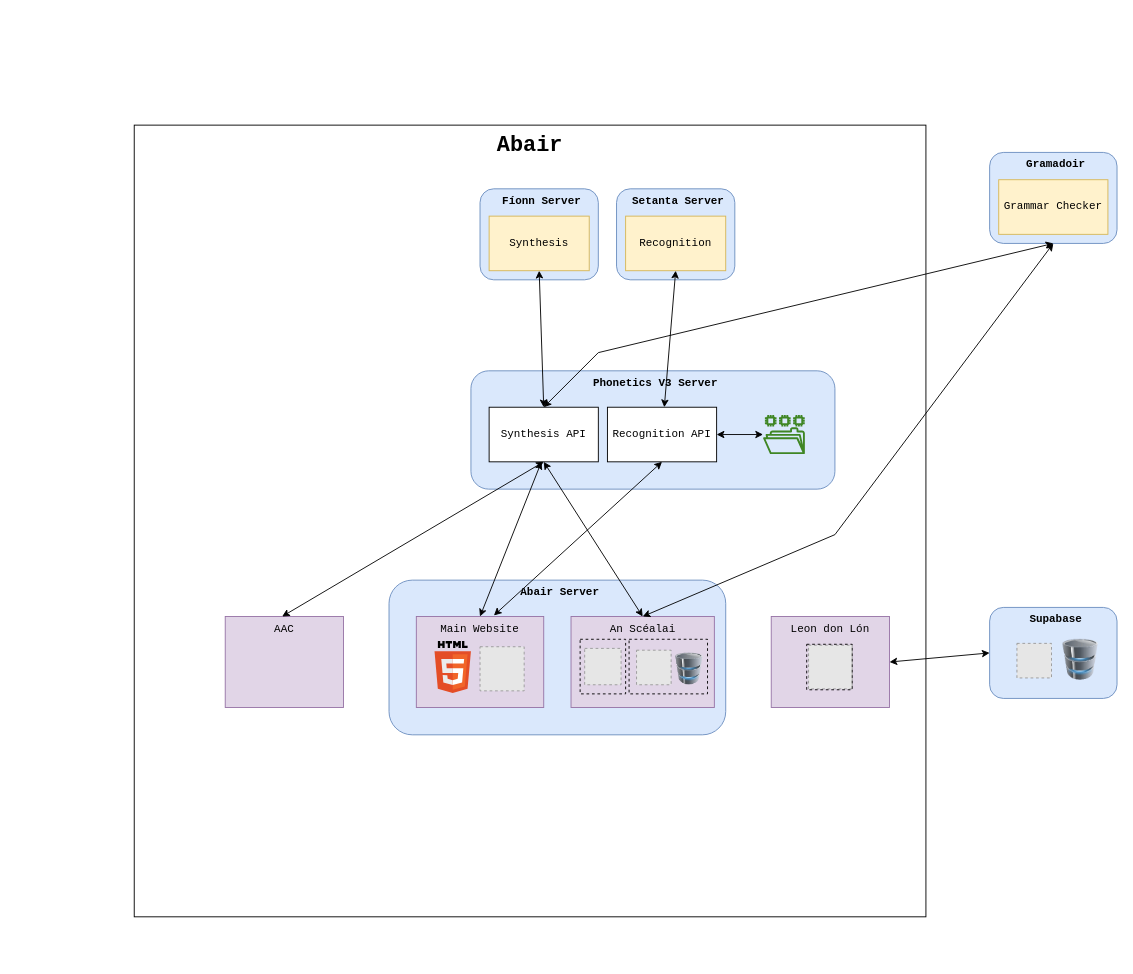
Earlier version of the draw.io diagram Untitled Diagram.drawio (JohnSloan8/abair-system-architecture-diagram). Source tidied: cells renumbered, new cells numbered last; positions are measured from the earlier drawing's top-left corner, leaving out a move shared by most shapes. Both pictures are drawn from the tidied source at 91%, with x=0, y=0 at pixel (134, 125). Pictures stored in the file or linked from it are replaced by grey dashed boxes.
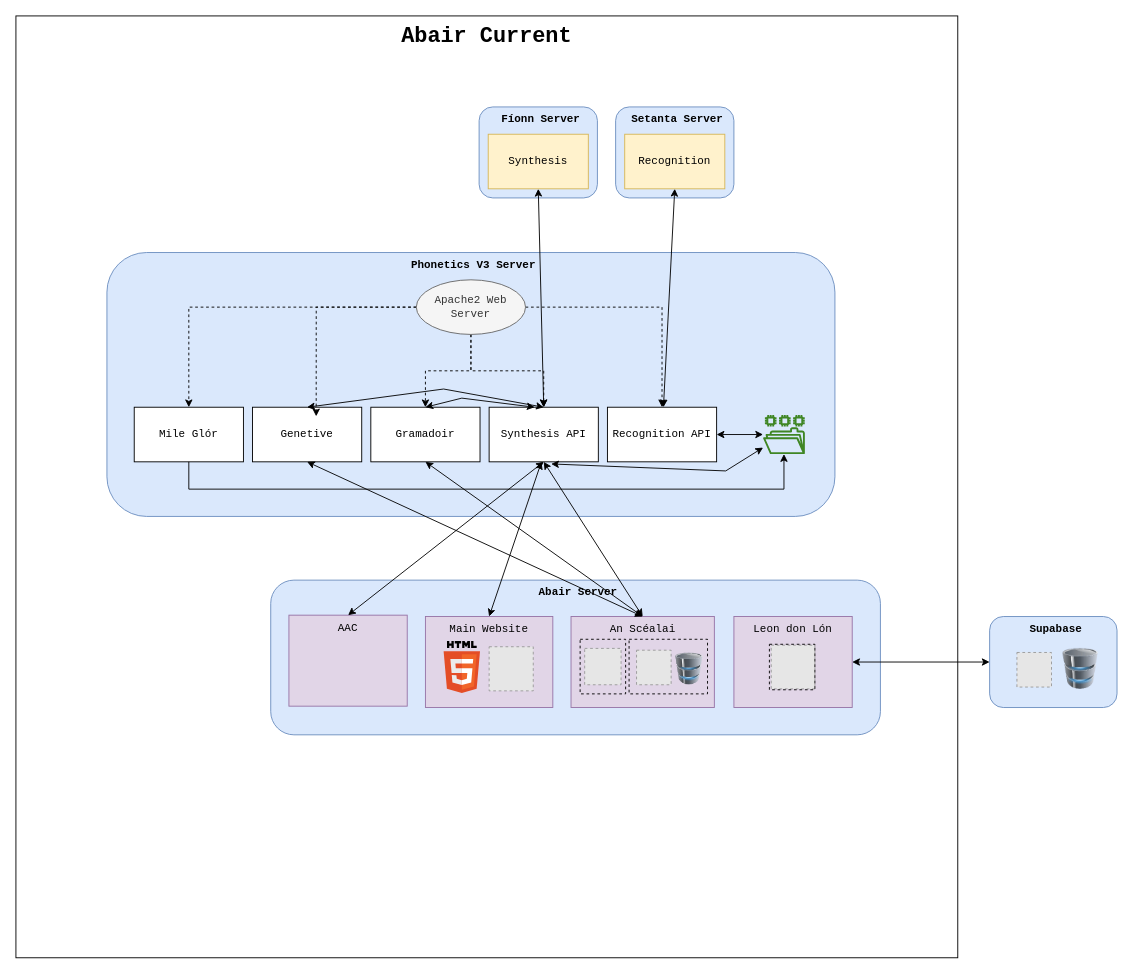
The same diagram, later.

The change refers to these unchanged cells:
```xml
<mxCell id="6" value="Synthesis API" style="rounded=0;whiteSpace=wrap;html=1;fontFamily=Courier New;" parent="1" vertex="1">
  <mxGeometry x="390" y="310" width="120" height="60" as="geometry" />
</mxCell>
<mxCell id="7" value="Recognition API" style="rounded=0;whiteSpace=wrap;html=1;fontFamily=Courier New;" parent="1" vertex="1">
  <mxGeometry x="520" y="310" width="120" height="60" as="geometry" />
</mxCell>
<mxCell id="16" value="An Scéalai" style="rounded=0;whiteSpace=wrap;html=1;fontFamily=Courier New;fillColor=#e1d5e7;strokeColor=#9673a6;verticalAlign=top;" parent="1" vertex="1">
  <mxGeometry x="480" y="540" width="157.5" height="100" as="geometry" />
</mxCell>
<mxCell id="35" style="sketch=0;outlineConnect=0;fontColor=#232F3E;gradientColor=none;fillColor=#3F8624;strokeColor=none;dashed=0;verticalLabelPosition=bottom;verticalAlign=top;align=center;html=1;fontSize=12;fontStyle=0;shape=mxgraph.aws4.file_system;rounded=0;fontFamily=Courier New;" parent="1" vertex="1">
  <mxGeometry x="691" y="318.5" width="46" height="43" as="geometry" />
</mxCell>
```

Diff of the diagram source:
```diff
@@
-    <mxCell id="2" value="&lt;font face=&quot;Courier New&quot;&gt;&lt;b&gt;Abair&lt;/b&gt;&lt;/font&gt;" style="whiteSpace=wrap;html=1;verticalAlign=top;fontSize=24;fontFamily=Verdana;" parent="1" vertex="1">
-      <mxGeometry width="870" height="870" as="geometry" />
+    <mxCell id="2" value="&lt;font face=&quot;Courier New&quot;&gt;&lt;b&gt;Abair Current&lt;/b&gt;&lt;/font&gt;" style="whiteSpace=wrap;html=1;verticalAlign=top;fontSize=24;fontFamily=Verdana;" parent="1" vertex="1">
+      <mxGeometry x="-130" y="-120" width="1035" height="1035" as="geometry" />
     </mxCell>
     <mxCell id="3" value="Fíonn Server" style="rounded=1;whiteSpace=wrap;html=1;verticalAlign=top;align=center;labelPosition=center;verticalLabelPosition=middle;fontStyle=1;spacingTop=0;spacingLeft=6;fillColor=#dae8fc;strokeColor=#6c8ebf;fontFamily=Courier New;" parent="1" vertex="1">
-      <mxGeometry x="380" y="70" width="130" height="100" as="geometry" />
+      <mxGeometry x="379" y="-20" width="130" height="100" as="geometry" />
     </mxCell>
     <mxCell id="4" value="Phonetics V3 Server" style="rounded=1;whiteSpace=wrap;html=1;verticalAlign=top;align=center;labelPosition=center;verticalLabelPosition=middle;fontStyle=1;spacingTop=0;spacingLeft=6;fillColor=#dae8fc;strokeColor=#6c8ebf;fontFamily=Courier New;" parent="1" vertex="1">
-      <mxGeometry x="370" y="270" width="400" height="130" as="geometry" />
+      <mxGeometry x="-30" y="140" width="800" height="290" as="geometry" />
     </mxCell>
@@
     <mxCell id="8" value="Synthesis" style="rounded=0;whiteSpace=wrap;html=1;fillColor=#fff2cc;strokeColor=#d6b656;fontFamily=Courier New;" parent="1" vertex="1">
-      <mxGeometry x="390" y="100" width="110" height="60" as="geometry" />
+      <mxGeometry x="389" y="10" width="110" height="60" as="geometry" />
     </mxCell>
     <mxCell id="9" value="Setanta Server" style="rounded=1;whiteSpace=wrap;html=1;verticalAlign=top;align=center;labelPosition=center;verticalLabelPosition=middle;fontStyle=1;spacingTop=0;spacingLeft=6;fillColor=#dae8fc;strokeColor=#6c8ebf;fontFamily=Courier New;" parent="1" vertex="1">
-      <mxGeometry x="530" y="70" width="130" height="100" as="geometry" />
+      <mxGeometry x="529" y="-20" width="130" height="100" as="geometry" />
     </mxCell>
     <mxCell id="10" value="Recognition" style="rounded=0;whiteSpace=wrap;html=1;fillColor=#fff2cc;strokeColor=#d6b656;fontFamily=Courier New;" parent="1" vertex="1">
-      <mxGeometry x="540" y="100" width="110" height="60" as="geometry" />
+      <mxGeometry x="539" y="10" width="110" height="60" as="geometry" />
     </mxCell>
     <mxCell id="11" value="Abair Server" style="rounded=1;whiteSpace=wrap;html=1;verticalAlign=top;align=center;labelPosition=center;verticalLabelPosition=middle;fontStyle=1;spacingTop=0;spacingLeft=6;fillColor=#dae8fc;strokeColor=#6c8ebf;fontFamily=Courier New;" parent="1" vertex="1">
-      <mxGeometry x="280" y="500" width="370" height="170" as="geometry" />
+      <mxGeometry x="150" y="500" width="670" height="170" as="geometry" />
     </mxCell>
@@
-    <mxCell id="13" value="Gramadoir" style="rounded=1;whiteSpace=wrap;html=1;verticalAlign=top;align=center;labelPosition=center;verticalLabelPosition=middle;fontStyle=1;spacingTop=0;spacingLeft=6;fillColor=#dae8fc;strokeColor=#6c8ebf;fontFamily=Courier New;" parent="1" vertex="1">
-      <mxGeometry x="940" y="30" width="140" height="100" as="geometry" />
-    </mxCell>
-    <mxCell id="14" value="Grammar Checker" style="rounded=0;whiteSpace=wrap;html=1;fillColor=#fff2cc;strokeColor=#d6b656;fontFamily=Courier New;" parent="1" vertex="1">
-      <mxGeometry x="950" y="60" width="120" height="60" as="geometry" />
-    </mxCell>
     <mxCell id="15" value="Main Website" style="rounded=0;whiteSpace=wrap;html=1;fontFamily=Courier New;fillColor=#e1d5e7;strokeColor=#9673a6;verticalAlign=top;" parent="1" vertex="1">
-      <mxGeometry x="310" y="540" width="140" height="100" as="geometry" />
+      <mxGeometry x="320" y="540" width="140" height="100" as="geometry" />
     </mxCell>
@@
-    <mxCell id="19" style="endArrow=classic;startArrow=classic;html=1;rounded=0;entryX=0.5;entryY=1;entryDx=0;entryDy=0;exitX=0.609;exitY=-0.012;exitDx=0;exitDy=0;exitPerimeter=0;" parent="1" edge="1" source="15" target="7">
-      <mxGeometry relative="1" as="geometry" />
-    </mxCell>
-    <mxCell id="20" style="endArrow=classic;startArrow=classic;html=1;rounded=0;entryX=0.5;entryY=1;entryDx=0;entryDy=0;exitX=0.5;exitY=0;exitDx=0;exitDy=0;" parent="1" edge="1" source="16" target="13">
-      <mxGeometry relative="1" as="geometry">
-        <Array as="points">
-          <mxPoint x="770" y="450" />
-        </Array>
-      </mxGeometry>
-    </mxCell>
     <mxCell id="21" value="Leon don Lón" style="rounded=0;whiteSpace=wrap;html=1;fontFamily=Courier New;fillColor=#e1d5e7;strokeColor=#9673a6;verticalAlign=top;" parent="1" vertex="1">
-      <mxGeometry x="700" y="540" width="130" height="100" as="geometry" />
+      <mxGeometry x="659" y="540" width="130" height="100" as="geometry" />
     </mxCell>
     <mxCell id="22" value="Supabase" style="rounded=1;whiteSpace=wrap;html=1;verticalAlign=top;align=center;labelPosition=center;verticalLabelPosition=middle;fontStyle=1;spacingTop=0;spacingLeft=6;fillColor=#dae8fc;strokeColor=#6c8ebf;fontFamily=Courier New;" parent="1" vertex="1">
-      <mxGeometry x="940" y="530" width="140" height="100" as="geometry" />
+      <mxGeometry x="940" y="540" width="140" height="100" as="geometry" />
     </mxCell>
     <mxCell id="23" style="image;html=1;image=img/lib/clip_art/computers/Database_128x128.png;rounded=0;fontFamily=Courier New;fontSize=24;" parent="1" vertex="1">
-      <mxGeometry x="1020" y="565" width="40" height="45" as="geometry" />
+      <mxGeometry x="1020" y="575" width="40" height="45" as="geometry" />
     </mxCell>
@@
     <mxCell id="27" style="fillColor=#E6E6E6;strokeColor=#999999;dashed=1;html=1;verticalAlign=top;verticalLabelPosition=bottom;labelBackgroundColor=#ffffff;fontFamily=Courier New;fontSize=24;" parent="1" vertex="1">
-      <mxGeometry x="741" y="571.5" width="48" height="48" as="geometry" />
+      <mxGeometry x="700" y="571.5" width="48" height="48" as="geometry" />
     </mxCell>
@@
     <mxCell id="31" style="rounded=0;whiteSpace=wrap;html=1;fontFamily=Courier New;fontSize=24;fillColor=none;dashed=1;strokeWidth=1;" parent="1" vertex="1">
-      <mxGeometry x="739" y="570.5" width="50" height="50" as="geometry" />
+      <mxGeometry x="698" y="570.5" width="50" height="50" as="geometry" />
     </mxCell>
     <mxCell id="32" style="fillColor=#E6E6E6;strokeColor=#999999;dashed=1;html=1;verticalAlign=top;verticalLabelPosition=bottom;labelBackgroundColor=#ffffff;fontFamily=Courier New;fontSize=24;" parent="1" vertex="1">
-      <mxGeometry x="970" y="569.5" width="38" height="38" as="geometry" />
+      <mxGeometry x="970" y="579.5" width="38" height="38" as="geometry" />
     </mxCell>
     <mxCell id="33" style="fillColor=#E6E6E6;strokeColor=#999999;dashed=1;html=1;verticalAlign=top;verticalLabelPosition=bottom;labelBackgroundColor=#ffffff;fontFamily=Courier New;fontSize=24;" parent="1" vertex="1">
-      <mxGeometry x="380" y="573.2" width="48.5" height="48.5" as="geometry" />
+      <mxGeometry x="390" y="573.2" width="48.5" height="48.5" as="geometry" />
     </mxCell>
     <mxCell id="34" style="dashed=0;html=1;align=center;labelPosition=center;verticalLabelPosition=bottom;verticalAlign=top;shape=mxgraph.weblogos.html5;rounded=0;fontFamily=Courier New;fontSize=24;strokeWidth=1;fillColor=none;" parent="1" vertex="1">
-      <mxGeometry x="330" y="567" width="40" height="57" as="geometry" />
+      <mxGeometry x="340" y="567" width="40" height="57" as="geometry" />
     </mxCell>
@@
     <mxCell id="37" value="AAC" style="rounded=0;whiteSpace=wrap;html=1;fontFamily=Courier New;fillColor=#e1d5e7;strokeColor=#9673a6;verticalAlign=top;" parent="1" vertex="1">
-      <mxGeometry x="100" y="540" width="130" height="100" as="geometry" />
+      <mxGeometry x="170" y="538.5" width="130" height="100" as="geometry" />
     </mxCell>
-    <mxCell id="38" style="endArrow=classic;startArrow=classic;html=1;rounded=0;entryX=0.5;entryY=1;entryDx=0;entryDy=0;exitX=0.5;exitY=0;exitDx=0;exitDy=0;" parent="1" edge="1" target="6">
-      <mxGeometry relative="1" as="geometry">
-        <mxPoint x="162.5" y="540" as="sourcePoint" />
-      </mxGeometry>
+    <mxCell id="38" style="endArrow=classic;startArrow=classic;html=1;rounded=0;entryX=0.5;entryY=1;entryDx=0;entryDy=0;exitX=0.5;exitY=0;exitDx=0;exitDy=0;" parent="1" edge="1" source="37" target="6">
+      <mxGeometry relative="1" as="geometry" />
     </mxCell>
-    <mxCell id="39" style="endArrow=classic;startArrow=classic;html=1;rounded=0;entryX=0.5;entryY=1;entryDx=0;entryDy=0;exitX=0.5;exitY=0;exitDx=0;exitDy=0;" parent="1" edge="1" source="6" target="13">
-      <mxGeometry relative="1" as="geometry">
-        <Array as="points">
-          <mxPoint x="510" y="250" />
-        </Array>
-      </mxGeometry>
-    </mxCell>
+    <mxCell id="40" value="&amp;nbsp;" style="text;whiteSpace=wrap;html=1;" parent="1" vertex="1">
+      <mxGeometry x="290" y="360" width="40" height="40" as="geometry" />
+    </mxCell>
+    <mxCell id="13" value="Gramadoir" style="rounded=0;whiteSpace=wrap;html=1;fontFamily=Courier New;" parent="1" vertex="1">
+      <mxGeometry x="260" y="310" width="120" height="60" as="geometry" />
+    </mxCell>
+    <mxCell id="41" value="Genetive" style="rounded=0;whiteSpace=wrap;html=1;fontFamily=Courier New;" parent="1" vertex="1">
+      <mxGeometry x="130" y="310" width="120" height="60" as="geometry" />
+    </mxCell>
+    <mxCell id="42" style="endArrow=classic;startArrow=classic;html=1;rounded=0;entryX=0.568;entryY=1.039;entryDx=0;entryDy=0;entryPerimeter=0;" parent="1" edge="1" source="35" target="6">
+      <mxGeometry relative="1" as="geometry">
+        <Array as="points">
+          <mxPoint x="650" y="380" />
+        </Array>
+      </mxGeometry>
+    </mxCell>
+    <mxCell id="20" style="endArrow=classic;startArrow=classic;html=1;rounded=0;entryX=0.5;entryY=1;entryDx=0;entryDy=0;exitX=0.5;exitY=0;exitDx=0;exitDy=0;" parent="1" edge="1" source="16" target="13">
+      <mxGeometry relative="1" as="geometry" />
+    </mxCell>
+    <mxCell id="43" style="endArrow=classic;startArrow=classic;html=1;rounded=0;entryX=0.5;entryY=1;entryDx=0;entryDy=0;exitX=0.5;exitY=0;exitDx=0;exitDy=0;" parent="1" edge="1" source="16" target="41">
+      <mxGeometry relative="1" as="geometry" />
+    </mxCell>
+    <mxCell id="44" style="endArrow=classic;startArrow=classic;html=1;rounded=0;entryX=0.5;entryY=0;entryDx=0;entryDy=0;" parent="1" edge="1" target="13">
+      <mxGeometry relative="1" as="geometry">
+        <mxPoint x="440" y="310" as="sourcePoint" />
+        <Array as="points">
+          <mxPoint x="360" y="300" />
+        </Array>
+      </mxGeometry>
+    </mxCell>
+    <mxCell id="45" style="endArrow=classic;startArrow=classic;html=1;rounded=0;entryX=0.5;entryY=0;entryDx=0;entryDy=0;exitX=0.5;exitY=0;exitDx=0;exitDy=0;" parent="1" edge="1" source="6" target="41">
+      <mxGeometry relative="1" as="geometry">
+        <Array as="points">
+          <mxPoint x="340" y="290" />
+        </Array>
+      </mxGeometry>
+    </mxCell>
+    <mxCell id="46" style="edgeStyle=orthogonalEdgeStyle;rounded=0;jettySize=auto;html=1;fontFamily=Courier New;dashed=1;" parent="1" edge="1" source="51" target="52">
+      <mxGeometry relative="1" as="geometry" />
+    </mxCell>
+    <mxCell id="47" style="edgeStyle=orthogonalEdgeStyle;rounded=0;jettySize=auto;html=1;entryX=0.583;entryY=0.167;entryDx=0;entryDy=0;entryPerimeter=0;dashed=1;fontFamily=Courier New;" parent="1" edge="1" source="51" target="41">
+      <mxGeometry relative="1" as="geometry" />
+    </mxCell>
+    <mxCell id="48" style="edgeStyle=orthogonalEdgeStyle;rounded=0;jettySize=auto;html=1;entryX=0.5;entryY=0;entryDx=0;entryDy=0;dashed=1;fontFamily=Courier New;" parent="1" edge="1" source="51" target="13">
+      <mxGeometry relative="1" as="geometry" />
+    </mxCell>
+    <mxCell id="49" style="edgeStyle=orthogonalEdgeStyle;rounded=0;jettySize=auto;html=1;dashed=1;fontFamily=Courier New;" parent="1" edge="1" source="51" target="6">
+      <mxGeometry relative="1" as="geometry" />
+    </mxCell>
+    <mxCell id="50" style="edgeStyle=orthogonalEdgeStyle;rounded=0;jettySize=auto;html=1;entryX=0.5;entryY=0;entryDx=0;entryDy=0;dashed=1;fontFamily=Courier New;" parent="1" edge="1" source="51" target="7">
+      <mxGeometry relative="1" as="geometry" />
+    </mxCell>
+    <mxCell id="51" value="Apache2 Web Server" style="ellipse;whiteSpace=wrap;html=1;fontFamily=Courier New;fillColor=#f5f5f5;fontColor=#333333;strokeColor=#666666;" parent="1" vertex="1">
+      <mxGeometry x="310" y="170" width="120" height="60" as="geometry" />
+    </mxCell>
+    <mxCell id="52" value="Mile Glór" style="rounded=0;whiteSpace=wrap;html=1;fontFamily=Courier New;" parent="1" vertex="1">
+      <mxGeometry y="310" width="120" height="60" as="geometry" />
+    </mxCell>
+    <mxCell id="53" style="edgeStyle=orthogonalEdgeStyle;rounded=0;jettySize=auto;html=1;fontFamily=Courier New;" parent="1" edge="1" source="52" target="35">
+      <mxGeometry relative="1" as="geometry">
+        <Array as="points">
+          <mxPoint x="60" y="400" />
+          <mxPoint x="714" y="400" />
+        </Array>
+      </mxGeometry>
+    </mxCell>
```
